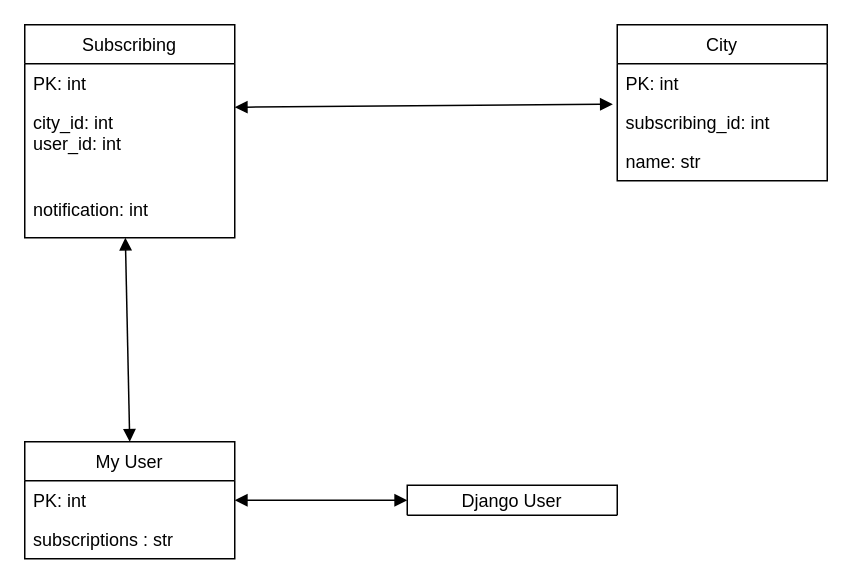
Kagaru1212/Weather-Reminder keeps this draw.io diagram as diagrams/db_diagram.drawio. Above is the earlier version. Source tidied: cells renumbered, new cells numbered last; positions are measured from the earlier drawing's top-left corner, leaving out a move shared by most shapes. Both pictures are drawn from the tidied source at 150%, with x=0, y=0 at pixel (24, 24).
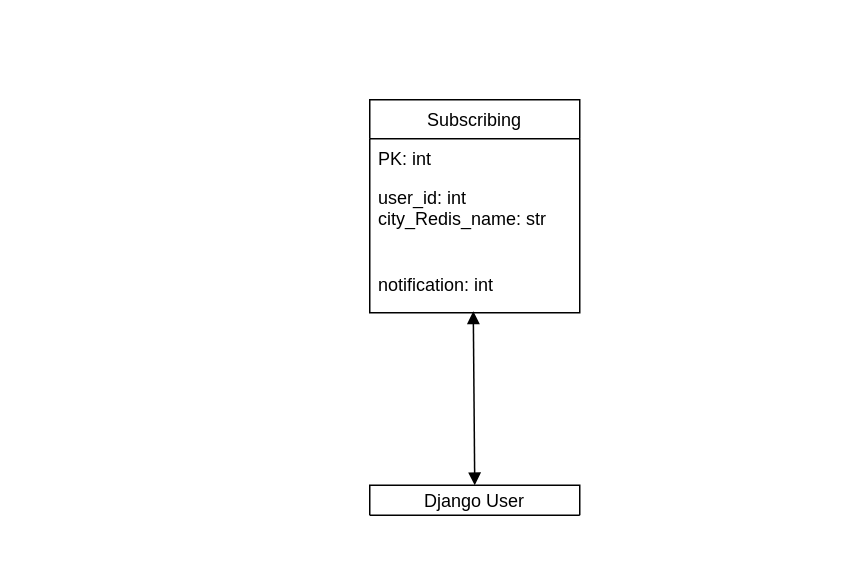
Above is the later version.

Diff of the diagram source:
```diff
@@
 <mxGraphModel>
   <root>
     <mxCell id="0" />
     <mxCell id="1" parent="0" />
     <mxCell id="2" value="Django User" style="swimlane;fontStyle=0;horizontal=1;startSize=26;fillColor=none;" parent="1" vertex="1">
-      <mxGeometry x="255" y="307" width="140" height="20" as="geometry" />
+      <mxGeometry x="230" y="307" width="140" height="20" as="geometry" />
     </mxCell>
-    <mxCell id="3" value="My User" style="swimlane;fontStyle=0;horizontal=1;startSize=26;fillColor=none;" parent="1" vertex="1">
-      <mxGeometry y="278" width="140" height="78" as="geometry" />
-    </mxCell>
-    <mxCell id="4" value="PK: int" style="text;strokeColor=none;fillColor=none;align=left;verticalAlign=top;spacingLeft=4;spacingRight=4;overflow=hidden;points=[[0,0.5],[1,0.5]];portConstraint=eastwest;" parent="3" vertex="1">
-      <mxGeometry y="26" width="140" height="26" as="geometry" />
-    </mxCell>
-    <mxCell id="5" value="subscriptions : str" style="text;strokeColor=none;fillColor=none;align=left;verticalAlign=top;spacingLeft=4;spacingRight=4;overflow=hidden;" parent="3" vertex="1">
-      <mxGeometry y="52" width="140" height="26" as="geometry" />
-    </mxCell>
-    <mxCell id="6" value="City" style="swimlane;fontStyle=0;horizontal=1;startSize=26;fillColor=none;" parent="1" vertex="1">
-      <mxGeometry x="395" width="140" height="104" as="geometry" />
-    </mxCell>
-    <mxCell id="7" value="PK: int" style="text;strokeColor=none;fillColor=none;align=left;verticalAlign=top;spacingLeft=4;spacingRight=4;overflow=hidden;" parent="6" vertex="1">
-      <mxGeometry y="26" width="140" height="26" as="geometry" />
-    </mxCell>
-    <mxCell id="8" value="subscribing_id: int" style="text;strokeColor=none;fillColor=none;align=left;verticalAlign=top;spacingLeft=4;spacingRight=4;overflow=hidden;points=[[0,0.5],[1,0.5]];portConstraint=eastwest;" parent="6" vertex="1">
-      <mxGeometry y="52" width="140" height="26" as="geometry" />
-    </mxCell>
-    <mxCell id="9" value="name: str" style="text;strokeColor=none;fillColor=none;align=left;verticalAlign=top;spacingLeft=4;spacingRight=4;overflow=hidden;" parent="6" vertex="1">
-      <mxGeometry y="78" width="140" height="26" as="geometry" />
-    </mxCell>
     <mxCell id="10" value="Subscribing" style="swimlane;fontStyle=0;horizontal=1;startSize=26;fillColor=none;" parent="1" vertex="1">
-      <mxGeometry width="140" height="142" as="geometry" />
+      <mxGeometry x="230" y="50" width="140" height="142" as="geometry" />
     </mxCell>
     <mxCell id="11" value="PK: int" style="text;strokeColor=none;fillColor=none;align=left;verticalAlign=top;spacingLeft=4;spacingRight=4;overflow=hidden;points=[[0,0.5],[1,0.5]];portConstraint=eastwest;" parent="10" vertex="1">
       <mxGeometry y="26" width="140" height="26" as="geometry" />
     </mxCell>
-    <mxCell id="12" value="city_id: int&#10;user_id: int" style="text;strokeColor=none;fillColor=none;align=left;verticalAlign=top;spacingLeft=4;spacingRight=4;overflow=hidden;" parent="10" vertex="1">
+    <mxCell id="12" value="user_id: int&#10;city_Redis_name: str&#10;" style="text;strokeColor=none;fillColor=none;align=left;verticalAlign=top;spacingLeft=4;spacingRight=4;overflow=hidden;" parent="10" vertex="1">
       <mxGeometry y="52" width="140" height="58" as="geometry" />
     </mxCell>
     <mxCell id="13" value="notification: int&#10;" style="text;strokeColor=none;fillColor=none;align=left;verticalAlign=top;spacingLeft=4;spacingRight=4;overflow=hidden;points=[[0,0.5],[1,0.5]];portConstraint=eastwest;" parent="10" vertex="1">
       <mxGeometry y="110" width="140" height="32" as="geometry" />
     </mxCell>
-    <mxCell id="14" style="endArrow=block;startArrow=block;endFill=1;startFill=1;html=1;rounded=0;entryX=0;entryY=0.5;entryDx=0;entryDy=0;exitX=1;exitY=0.5;exitDx=0;exitDy=0;" parent="1" edge="1" source="4" target="2">
+    <mxCell id="14" style="endArrow=block;startArrow=block;endFill=1;startFill=1;html=1;rounded=0;entryX=0.5;entryY=0;entryDx=0;entryDy=0;exitX=0.493;exitY=0.969;exitDx=0;exitDy=0;exitPerimeter=0;" parent="1" edge="1" source="13" target="2">
       <mxGeometry relative="1" as="geometry" />
     </mxCell>
-    <mxCell id="15" style="endArrow=block;startArrow=block;endFill=1;startFill=1;html=1;rounded=0;exitX=0.5;exitY=0;exitDx=0;exitDy=0;entryX=0.479;entryY=1;entryDx=0;entryDy=0;entryPerimeter=0;" parent="1" edge="1" source="3" target="13">
-      <mxGeometry relative="1" as="geometry" />
-    </mxCell>
-    <mxCell id="16" style="endArrow=block;startArrow=block;endFill=1;startFill=1;html=1;rounded=0;exitX=1;exitY=1.115;exitDx=0;exitDy=0;exitPerimeter=0;entryX=-0.021;entryY=0.038;entryDx=0;entryDy=0;entryPerimeter=0;" parent="1" edge="1" source="11" target="8">
-      <mxGeometry relative="1" as="geometry" />
-    </mxCell>
   </root>
 </mxGraphModel>
```
